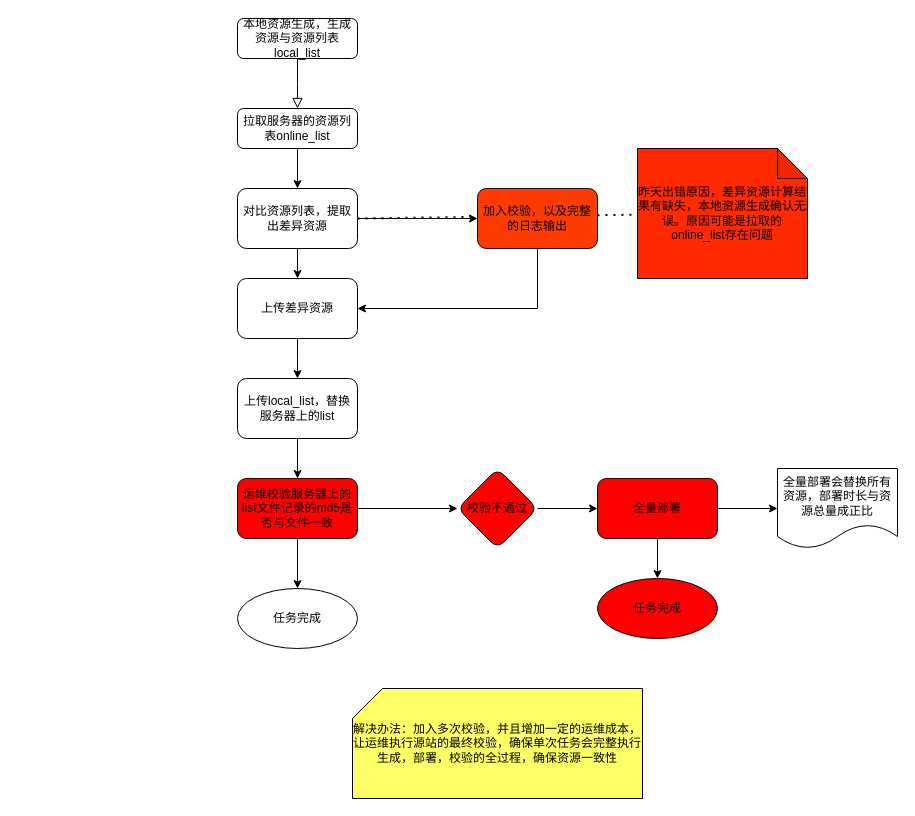
qiaoqiaoxiong/diagram keeps this draw.io diagram as 部署.drawio. Above is the earlier version. Source tidied: cells renumbered, new cells numbered last; positions are measured from the earlier drawing's top-left corner, leaving out a move shared by most shapes. Both pictures are drawn from the tidied source at 100%, with x=0, y=0 at pixel (237, 18).
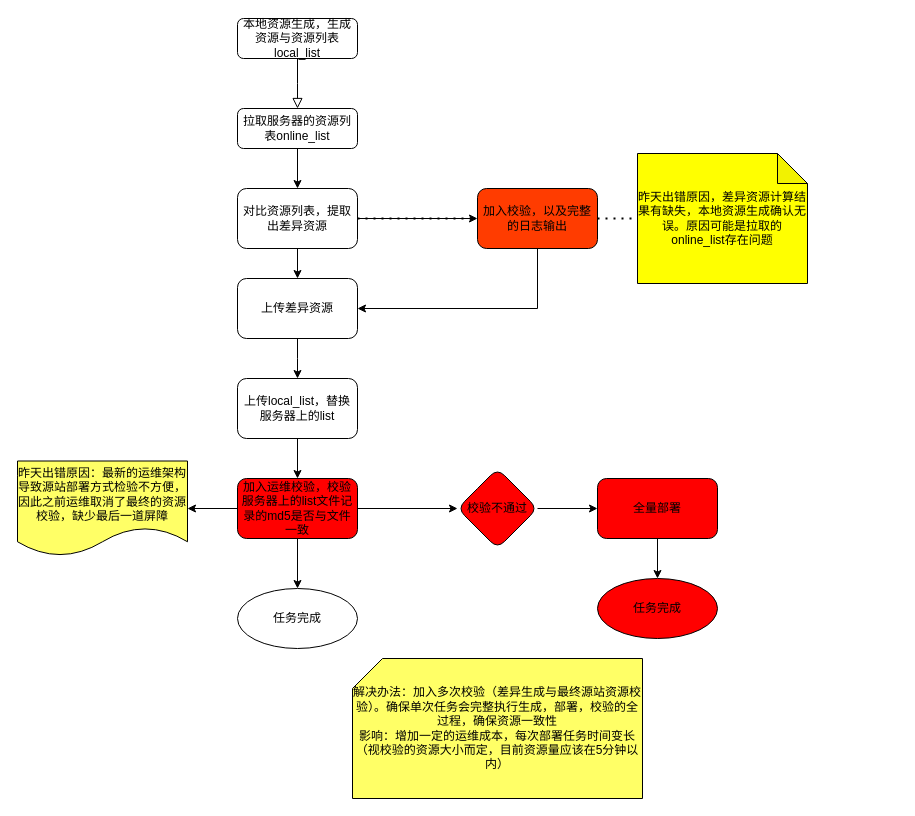
After the change.

The change refers to these unchanged cells:
```xml
<mxCell id="21" value="全量部署" style="whiteSpace=wrap;html=1;fillColor=#FF0000;rounded=1;" parent="1" vertex="1">
  <mxGeometry x="360" y="460" width="120" height="60" as="geometry" />
</mxCell>
```

What changed in the source:
```diff
@@
+    <mxCell id="29" style="edgeStyle=orthogonalEdgeStyle;rounded=0;jettySize=auto;html=1;" parent="1" edge="1" source="15" target="30">
+      <mxGeometry relative="1" as="geometry" />
+    </mxCell>
-    <mxCell id="15" value="运维校验服务器上的list文件记录的md5是否与文件一致" style="rounded=1;whiteSpace=wrap;html=1;fillColor=#FF0000;" parent="1" vertex="1">
+    <mxCell id="15" value="加入运维校验，校验服务器上的list文件记录的md5是否与文件一致" style="rounded=1;whiteSpace=wrap;html=1;fillColor=#FF0000;" parent="1" vertex="1">
       <mxGeometry y="460" width="120" height="60" as="geometry" />
     </mxCell>
@@
-    <mxCell id="20" style="edgeStyle=orthogonalEdgeStyle;rounded=0;jettySize=auto;html=1;" parent="1" edge="1" source="21" target="23">
-      <mxGeometry relative="1" as="geometry" />
-    </mxCell>
@@
-    <mxCell id="23" value="全量部署会替换所有资源，部署时长与资源总量成正比" style="shape=document;whiteSpace=wrap;html=1;boundedLbl=1;fillColor=#FFFFFF;" parent="1" vertex="1">
-      <mxGeometry x="540" y="450" width="120" height="80" as="geometry" />
-    </mxCell>
-    <mxCell id="24" value="昨天出错原因，差异资源计算结果有缺失，本地资源生成确认无误。原因可能是拉取的online_list存在问题" style="shape=note;whiteSpace=wrap;html=1;backgroundOutline=1;darkOpacity=0.05;fillColor=#FF2A00;" parent="1" vertex="1">
-      <mxGeometry x="400" y="130" width="170" height="130" as="geometry" />
+    <mxCell id="24" value="昨天出错原因，差异资源计算结果有缺失，本地资源生成确认无误。原因可能是拉取的online_list存在问题" style="shape=note;whiteSpace=wrap;html=1;backgroundOutline=1;darkOpacity=0.05;fillColor=#FFFF00;" parent="1" vertex="1">
+      <mxGeometry x="400" y="135" width="170" height="130" as="geometry" />
     </mxCell>
@@
-    <mxCell id="26" value="解决办法：加入多次校验，并且增加一定的运维成本，让运维执行源站的最终校验，确保单次任务会完整执行生成，部署，校验的全过程，确保资源一致性" style="shape=card;whiteSpace=wrap;html=1;fillColor=#FFFF66;" parent="1" vertex="1">
-      <mxGeometry x="115" y="670" width="290" height="110" as="geometry" />
+    <mxCell id="26" value="解决办法：加入多次校验（差异生成与最终源站资源校验）。确保单次任务会完整执行生成，部署，校验的全过程，确保资源一致性&lt;br&gt;影响：增加一定的运维成本，每次部署任务时间变长（视校验的资源大小而定，目前资源量应该在5分钟以内）" style="shape=card;whiteSpace=wrap;html=1;fillColor=#FFFF66;" parent="1" vertex="1">
+      <mxGeometry x="115" y="640" width="290" height="140" as="geometry" />
     </mxCell>
@@
+    <mxCell id="30" value="昨天出错原因：最新的运维架构导致源站部署方式检验不方便，因此之前运维取消了最终的资源校验，缺少最后一道屏障" style="shape=document;whiteSpace=wrap;html=1;boundedLbl=1;fillColor=#FFFF66;" parent="1" vertex="1">
+      <mxGeometry x="-220" y="442.5" width="170" height="95" as="geometry" />
+    </mxCell>
```
